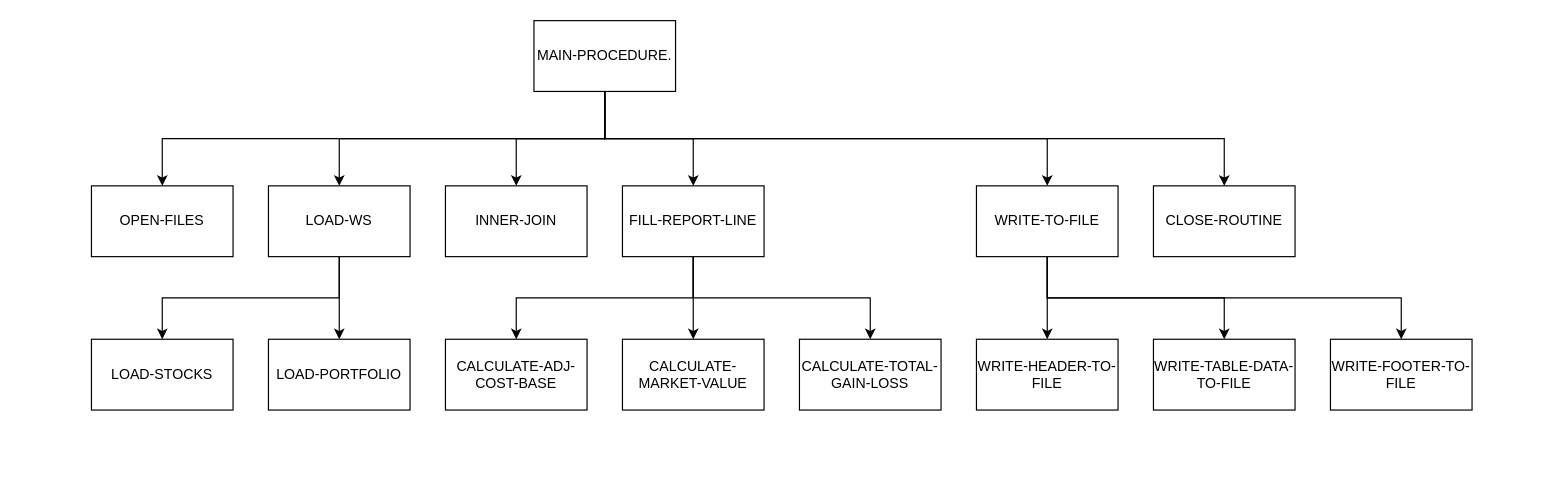
LavaLamp4708/CST8283-Project-2 keeps this draw.io diagram as diagrams/Function heirarchy.drawio. Above is the earlier version. Source tidied: cells renumbered, new cells numbered last; positions are measured from the earlier drawing's top-left corner, leaving out a move shared by most shapes. Both pictures are drawn from the tidied source at 118%, with x=0, y=0 at pixel (91, 20).
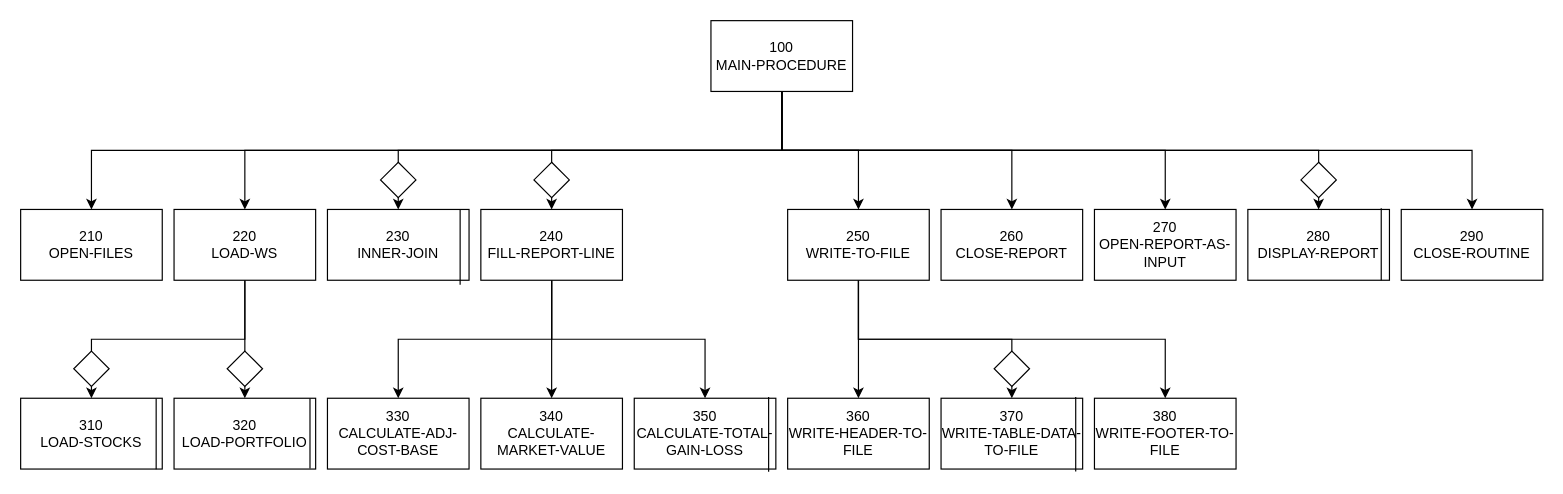
The same diagram, later.

The edit, as a diff of the source:
```diff
@@
-    <mxCell id="4" style="edgeStyle=orthogonalEdgeStyle;rounded=0;jettySize=auto;html=1;exitX=0.5;exitY=1;exitDx=0;exitDy=0;entryX=0.5;entryY=0;entryDx=0;entryDy=0;" parent="1" edge="1" source="8" target="13">
-      <mxGeometry relative="1" as="geometry" />
-    </mxCell>
@@
+    <mxCell id="31" style="edgeStyle=orthogonalEdgeStyle;rounded=0;jettySize=auto;html=1;exitX=0.5;exitY=1;exitDx=0;exitDy=0;entryX=0.5;entryY=0;entryDx=0;entryDy=0;" parent="1" edge="1" source="8" target="34">
+      <mxGeometry relative="1" as="geometry" />
+    </mxCell>
+    <mxCell id="32" style="edgeStyle=orthogonalEdgeStyle;rounded=0;jettySize=auto;html=1;exitX=0.5;exitY=1;exitDx=0;exitDy=0;entryX=0.5;entryY=0;entryDx=0;entryDy=0;" parent="1" edge="1" source="8" target="35">
+      <mxGeometry relative="1" as="geometry" />
+    </mxCell>
+    <mxCell id="33" style="edgeStyle=orthogonalEdgeStyle;rounded=0;jettySize=auto;html=1;exitX=0.5;exitY=1;exitDx=0;exitDy=0;entryX=0.5;entryY=0;entryDx=0;entryDy=0;" parent="1" edge="1" source="8" target="36">
+      <mxGeometry relative="1" as="geometry" />
+    </mxCell>
+    <mxCell id="4" style="edgeStyle=orthogonalEdgeStyle;rounded=0;jettySize=auto;html=1;exitX=0.5;exitY=1;exitDx=0;exitDy=0;entryX=0.5;entryY=0;entryDx=0;entryDy=0;" parent="1" edge="1" source="8" target="13">
+      <mxGeometry relative="1" as="geometry" />
+    </mxCell>
-    <mxCell id="8" value="MAIN-PROCEDURE." style="rounded=0;whiteSpace=wrap;html=1;" parent="1" vertex="1">
-      <mxGeometry x="375" width="120" height="60" as="geometry" />
+    <mxCell id="8" value="100&lt;div&gt;MAIN-PROCEDURE&lt;/div&gt;" style="rounded=0;whiteSpace=wrap;html=1;" parent="1" vertex="1">
+      <mxGeometry x="525" width="120" height="60" as="geometry" />
     </mxCell>
-    <mxCell id="9" value="OPEN-FILES" style="rounded=0;whiteSpace=wrap;html=1;" parent="1" vertex="1">
-      <mxGeometry y="140" width="120" height="60" as="geometry" />
+    <mxCell id="9" value="210&lt;div&gt;OPEN-FILES&lt;/div&gt;" style="rounded=0;whiteSpace=wrap;html=1;" parent="1" vertex="1">
+      <mxGeometry x="-60" y="160" width="120" height="60" as="geometry" />
     </mxCell>
@@
-    <mxCell id="11" style="edgeStyle=orthogonalEdgeStyle;rounded=0;jettySize=auto;html=1;exitX=0.5;exitY=1;exitDx=0;exitDy=0;entryX=0.5;entryY=0;entryDx=0;entryDy=0;" parent="1" edge="1" source="12" target="23">
+    <mxCell id="11" style="edgeStyle=orthogonalEdgeStyle;rounded=0;jettySize=auto;html=1;exitX=0.5;exitY=1;exitDx=0;exitDy=0;" parent="1" edge="1" source="12" target="23">
       <mxGeometry relative="1" as="geometry" />
     </mxCell>
-    <mxCell id="12" value="LOAD-WS" style="rounded=0;whiteSpace=wrap;html=1;" parent="1" vertex="1">
-      <mxGeometry x="150" y="140" width="120" height="60" as="geometry" />
+    <mxCell id="12" value="220&lt;div&gt;LOAD-WS&lt;/div&gt;" style="rounded=0;whiteSpace=wrap;html=1;" parent="1" vertex="1">
+      <mxGeometry x="70" y="160" width="120" height="60" as="geometry" />
     </mxCell>
-    <mxCell id="13" value="INNER-JOIN" style="rounded=0;whiteSpace=wrap;html=1;" parent="1" vertex="1">
-      <mxGeometry x="300" y="140" width="120" height="60" as="geometry" />
+    <mxCell id="13" value="230&lt;div&gt;INNER-JOIN&lt;/div&gt;" style="rounded=0;whiteSpace=wrap;html=1;" parent="1" vertex="1">
+      <mxGeometry x="200" y="160" width="120" height="60" as="geometry" />
     </mxCell>
@@
-    <mxCell id="17" value="FILL-REPORT-LINE" style="whiteSpace=wrap;html=1;" parent="1" vertex="1">
-      <mxGeometry x="450" y="140" width="120" height="60" as="geometry" />
+    <mxCell id="17" value="240&lt;div&gt;FILL-REPORT-LINE&lt;/div&gt;" style="whiteSpace=wrap;html=1;" parent="1" vertex="1">
+      <mxGeometry x="330" y="160" width="120" height="60" as="geometry" />
     </mxCell>
-    <mxCell id="18" style="edgeStyle=orthogonalEdgeStyle;rounded=0;jettySize=auto;html=1;exitX=0.5;exitY=1;exitDx=0;exitDy=0;entryX=0.5;entryY=0;entryDx=0;entryDy=0;" parent="1" edge="1" source="21" target="28">
-      <mxGeometry relative="1" as="geometry" />
-    </mxCell>
@@
+    <mxCell id="18" style="edgeStyle=orthogonalEdgeStyle;rounded=0;jettySize=auto;html=1;exitX=0.5;exitY=1;exitDx=0;exitDy=0;entryX=0.5;entryY=0;entryDx=0;entryDy=0;" parent="1" edge="1" source="21" target="28">
+      <mxGeometry relative="1" as="geometry" />
+    </mxCell>
-    <mxCell id="21" value="WRITE-TO-FILE" style="whiteSpace=wrap;html=1;" parent="1" vertex="1">
-      <mxGeometry x="750" y="140" width="120" height="60" as="geometry" />
+    <mxCell id="21" value="250&lt;div&gt;WRITE-TO-FILE&lt;/div&gt;" style="whiteSpace=wrap;html=1;" parent="1" vertex="1">
+      <mxGeometry x="590" y="160" width="120" height="60" as="geometry" />
     </mxCell>
-    <mxCell id="22" value="CLOSE-ROUTINE" style="whiteSpace=wrap;html=1;" parent="1" vertex="1">
-      <mxGeometry x="900" y="140" width="120" height="60" as="geometry" />
+    <mxCell id="22" value="290&lt;div&gt;CLOSE-ROUTINE&lt;/div&gt;" style="whiteSpace=wrap;html=1;" parent="1" vertex="1">
+      <mxGeometry x="1110" y="160" width="120" height="60" as="geometry" />
     </mxCell>
-    <mxCell id="23" value="LOAD-STOCKS" style="whiteSpace=wrap;html=1;" parent="1" vertex="1">
-      <mxGeometry y="270" width="120" height="60" as="geometry" />
+    <mxCell id="23" value="310&lt;div&gt;LOAD-STOCKS&lt;/div&gt;" style="whiteSpace=wrap;html=1;" parent="1" vertex="1">
+      <mxGeometry x="-60" y="320" width="120" height="60" as="geometry" />
     </mxCell>
-    <mxCell id="24" value="LOAD-PORTFOLIO" style="whiteSpace=wrap;html=1;" parent="1" vertex="1">
-      <mxGeometry x="150" y="270" width="120" height="60" as="geometry" />
+    <mxCell id="24" value="320&lt;div&gt;LOAD-PORTFOLIO&lt;/div&gt;" style="whiteSpace=wrap;html=1;" parent="1" vertex="1">
+      <mxGeometry x="70" y="320" width="120" height="60" as="geometry" />
     </mxCell>
-    <mxCell id="25" value="CALCULATE-ADJ-COST-BASE" style="whiteSpace=wrap;html=1;" parent="1" vertex="1">
-      <mxGeometry x="300" y="270" width="120" height="60" as="geometry" />
+    <mxCell id="25" value="330&lt;div&gt;CALCULATE-ADJ-COST-BASE&lt;/div&gt;" style="whiteSpace=wrap;html=1;" parent="1" vertex="1">
+      <mxGeometry x="200" y="320" width="120" height="60" as="geometry" />
     </mxCell>
-    <mxCell id="26" value="CALCULATE-MARKET-VALUE" style="whiteSpace=wrap;html=1;" parent="1" vertex="1">
-      <mxGeometry x="450" y="270" width="120" height="60" as="geometry" />
+    <mxCell id="26" value="340&lt;div&gt;CALCULATE-MARKET-VALUE&lt;/div&gt;" style="whiteSpace=wrap;html=1;" parent="1" vertex="1">
+      <mxGeometry x="330" y="320" width="120" height="60" as="geometry" />
     </mxCell>
-    <mxCell id="27" value="CALCULATE-TOTAL-GAIN-LOSS" style="whiteSpace=wrap;html=1;" parent="1" vertex="1">
-      <mxGeometry x="600" y="270" width="120" height="60" as="geometry" />
+    <mxCell id="27" value="350&lt;div&gt;CALCULATE-TOTAL-GAIN-LOSS&lt;/div&gt;" style="whiteSpace=wrap;html=1;" parent="1" vertex="1">
+      <mxGeometry x="460" y="320" width="120" height="60" as="geometry" />
     </mxCell>
-    <mxCell id="28" value="WRITE-TABLE-DATA-TO-FILE" style="whiteSpace=wrap;html=1;" parent="1" vertex="1">
-      <mxGeometry x="900" y="270" width="120" height="60" as="geometry" />
+    <mxCell id="28" value="370&lt;div&gt;WRITE-TABLE-DATA-TO-FILE&lt;/div&gt;" style="whiteSpace=wrap;html=1;" parent="1" vertex="1">
+      <mxGeometry x="720" y="320" width="120" height="60" as="geometry" />
     </mxCell>
-    <mxCell id="29" value="WRITE-HEADER-TO-FILE" style="whiteSpace=wrap;html=1;" parent="1" vertex="1">
-      <mxGeometry x="750" y="270" width="120" height="60" as="geometry" />
+    <mxCell id="29" value="360&lt;div&gt;WRITE-HEADER-TO-FILE&lt;/div&gt;" style="whiteSpace=wrap;html=1;" parent="1" vertex="1">
+      <mxGeometry x="590" y="320" width="120" height="60" as="geometry" />
     </mxCell>
-    <mxCell id="30" value="WRITE-FOOTER-TO-FILE" style="whiteSpace=wrap;html=1;" parent="1" vertex="1">
-      <mxGeometry x="1050" y="270" width="120" height="60" as="geometry" />
+    <mxCell id="30" value="380&lt;div&gt;WRITE-FOOTER-TO-FILE&lt;/div&gt;" style="whiteSpace=wrap;html=1;" parent="1" vertex="1">
+      <mxGeometry x="850" y="320" width="120" height="60" as="geometry" />
     </mxCell>
+    <mxCell id="34" value="260&lt;div&gt;CLOSE-REPORT&lt;/div&gt;" style="whiteSpace=wrap;html=1;" parent="1" vertex="1">
+      <mxGeometry x="720" y="160" width="120" height="60" as="geometry" />
+    </mxCell>
+    <mxCell id="35" value="270&lt;div&gt;OPEN-REPORT-AS-INPUT&lt;/div&gt;" style="whiteSpace=wrap;html=1;" parent="1" vertex="1">
+      <mxGeometry x="850" y="160" width="120" height="60" as="geometry" />
+    </mxCell>
+    <mxCell id="36" value="280&lt;div&gt;DISPLAY-REPORT&lt;/div&gt;" style="whiteSpace=wrap;html=1;" parent="1" vertex="1">
+      <mxGeometry x="980" y="160" width="120" height="60" as="geometry" />
+    </mxCell>
+    <mxCell id="37" style="rhombus;whiteSpace=wrap;html=1;" parent="1" vertex="1">
+      <mxGeometry x="245" y="120" width="30" height="30" as="geometry" />
+    </mxCell>
+    <mxCell id="38" style="edgeStyle=none;orthogonalLoop=1;jettySize=auto;html=1;rounded=0;exitX=0.937;exitY=0.006;exitDx=0;exitDy=0;exitPerimeter=0;entryX=0.937;entryY=1.065;entryDx=0;entryDy=0;entryPerimeter=0;endArrow=none;endFill=0;" parent="1" edge="1" source="13" target="13">
+      <mxGeometry relative="1" as="geometry" />
+    </mxCell>
+    <mxCell id="39" style="rhombus;whiteSpace=wrap;html=1;" parent="1" vertex="1">
+      <mxGeometry x="375" y="120" width="30" height="30" as="geometry" />
+    </mxCell>
+    <mxCell id="40" style="edgeStyle=none;orthogonalLoop=1;jettySize=auto;html=1;rounded=0;exitX=0.949;exitY=-0.017;exitDx=0;exitDy=0;exitPerimeter=0;entryX=0.949;entryY=1.039;entryDx=0;entryDy=0;entryPerimeter=0;endArrow=none;endFill=0;" parent="1" edge="1" source="27" target="27">
+      <mxGeometry relative="1" as="geometry" />
+    </mxCell>
+    <mxCell id="41" style="rhombus;whiteSpace=wrap;html=1;" parent="1" vertex="1">
+      <mxGeometry x="765" y="280" width="30" height="30" as="geometry" />
+    </mxCell>
+    <mxCell id="42" style="edgeStyle=none;orthogonalLoop=1;jettySize=auto;html=1;rounded=0;exitX=0.951;exitY=-0.018;exitDx=0;exitDy=0;exitPerimeter=0;entryX=0.951;entryY=1.034;entryDx=0;entryDy=0;entryPerimeter=0;endArrow=none;endFill=0;" parent="1" edge="1" source="28" target="28">
+      <mxGeometry relative="1" as="geometry" />
+    </mxCell>
+    <mxCell id="43" style="rhombus;whiteSpace=wrap;html=1;" parent="1" vertex="1">
+      <mxGeometry x="-15" y="280" width="30" height="30" as="geometry" />
+    </mxCell>
+    <mxCell id="44" style="rhombus;whiteSpace=wrap;html=1;" parent="1" vertex="1">
+      <mxGeometry x="115" y="280" width="30" height="30" as="geometry" />
+    </mxCell>
+    <mxCell id="45" style="edgeStyle=none;orthogonalLoop=1;jettySize=auto;html=1;rounded=0;exitX=0.957;exitY=0.004;exitDx=0;exitDy=0;exitPerimeter=0;entryX=0.957;entryY=1.004;entryDx=0;entryDy=0;entryPerimeter=0;endArrow=none;endFill=0;" parent="1" edge="1" source="23" target="23">
+      <mxGeometry relative="1" as="geometry" />
+    </mxCell>
+    <mxCell id="46" style="edgeStyle=none;orthogonalLoop=1;jettySize=auto;html=1;rounded=0;exitX=0.96;exitY=0.004;exitDx=0;exitDy=0;exitPerimeter=0;entryX=0.96;entryY=0.992;entryDx=0;entryDy=0;entryPerimeter=0;endArrow=none;endFill=0;" parent="1" edge="1" source="24" target="24">
+      <mxGeometry relative="1" as="geometry" />
+    </mxCell>
+    <mxCell id="47" style="rhombus;whiteSpace=wrap;html=1;" parent="1" vertex="1">
+      <mxGeometry x="1025" y="120" width="30" height="30" as="geometry" />
+    </mxCell>
+    <mxCell id="48" style="edgeStyle=none;orthogonalLoop=1;jettySize=auto;html=1;rounded=0;exitX=0.942;exitY=-0.018;exitDx=0;exitDy=0;exitPerimeter=0;entryX=0.942;entryY=0.999;entryDx=0;entryDy=0;entryPerimeter=0;endArrow=none;endFill=0;" parent="1" edge="1" source="36" target="36">
+      <mxGeometry relative="1" as="geometry" />
+    </mxCell>
```
